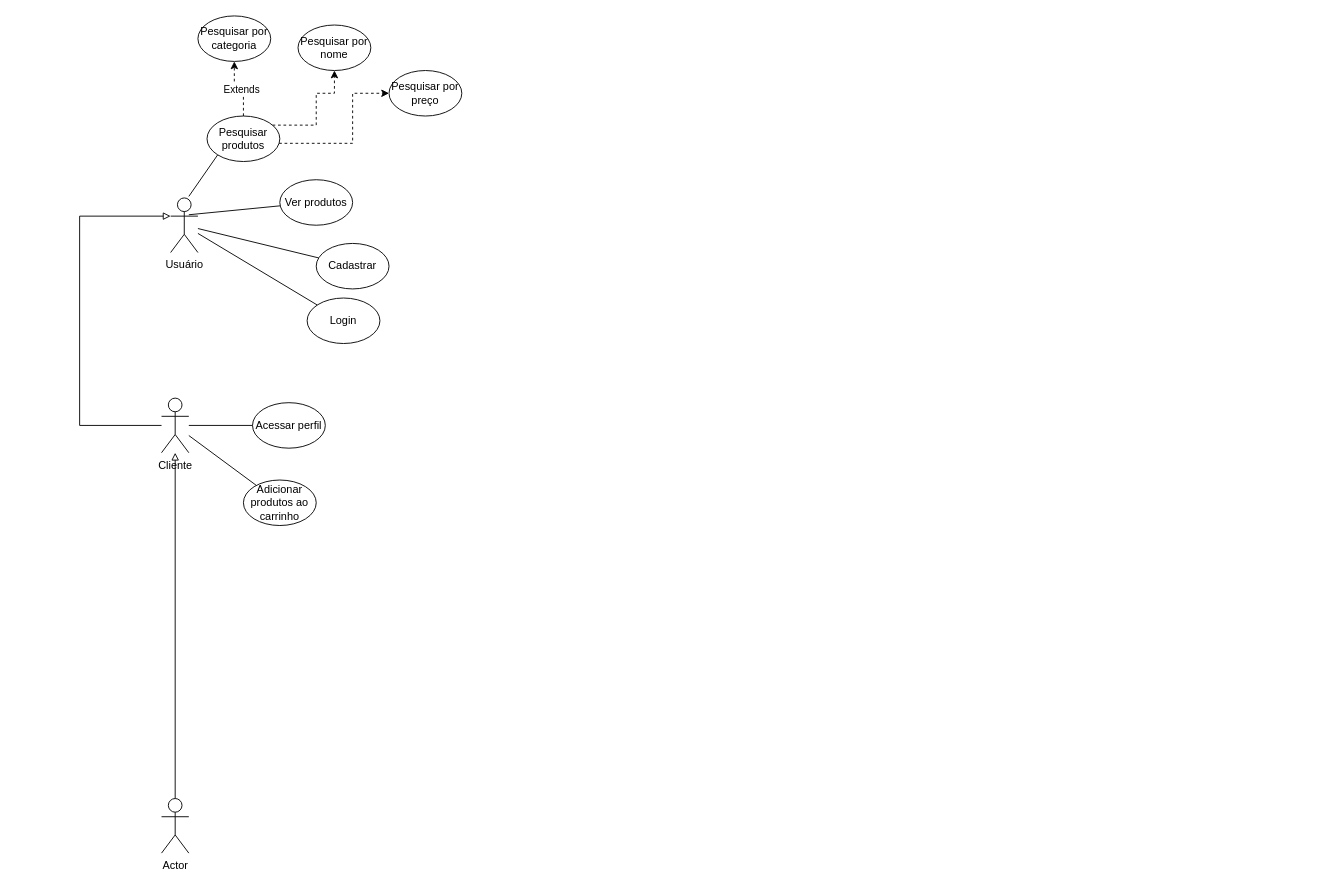
Before: documentacao/CasosDeUso.drawio in godoy-joao/senai-final, a draw.io diagram. Source tidied: cells renumbered, new cells numbered last; positions are measured from the earlier drawing's top-left corner, leaving out a move shared by most shapes. Both pictures are drawn from the tidied source at 91%, with x=0, y=0 at pixel (79, 15).
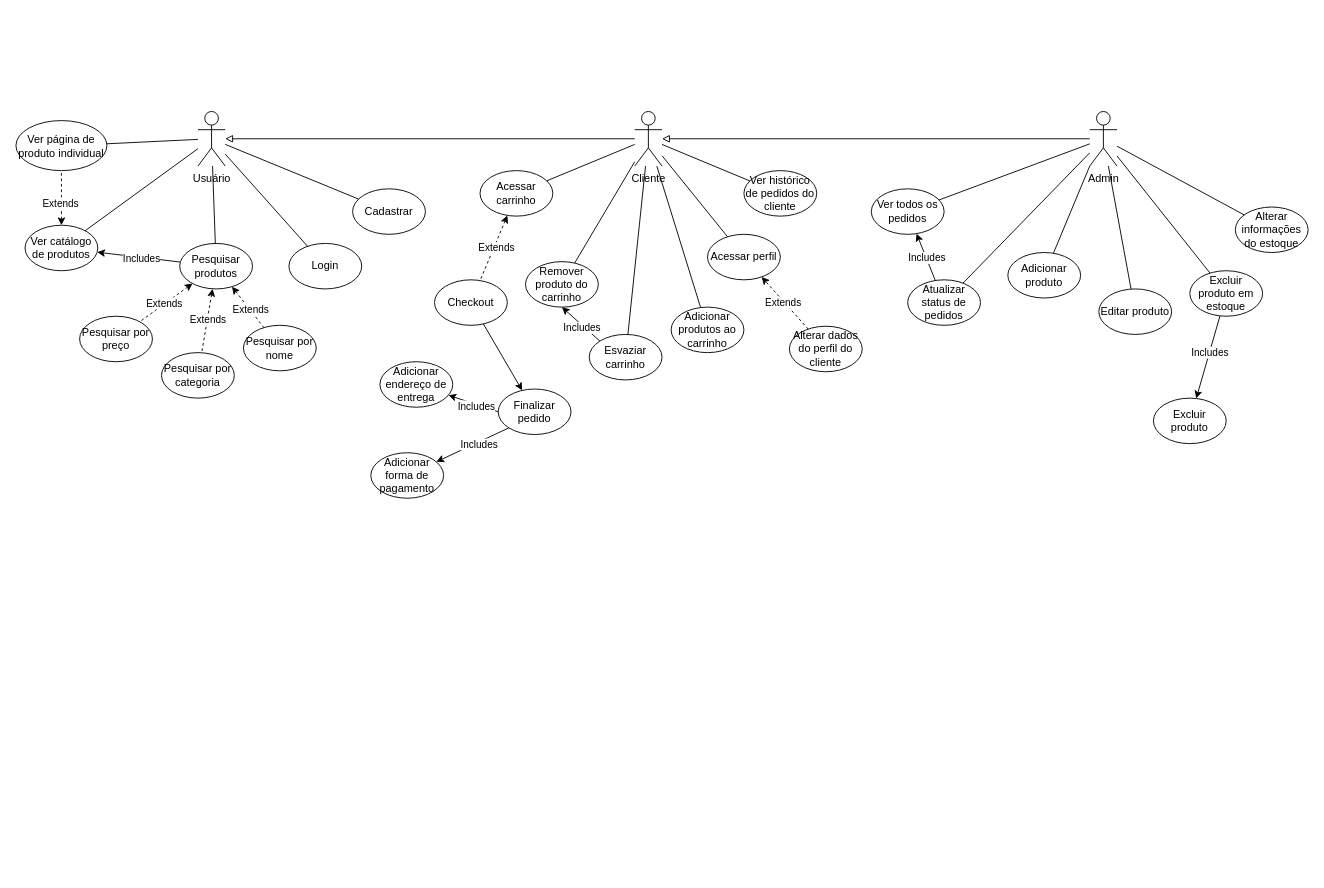
After the change.

Diff of the diagram source:
```diff
@@
+    <mxCell id="26" style="rounded=0;jettySize=auto;html=1;exitX=0.5;exitY=0;exitDx=0;exitDy=0;entryX=0.5;entryY=1;entryDx=0;entryDy=0;endArrow=none;endFill=0;dashed=1;startArrow=classic;startFill=1;" parent="1" edge="1" source="2" target="66">
+      <mxGeometry relative="1" as="geometry" />
+    </mxCell>
+    <mxCell id="27" value="Extends" style="edgeLabel;html=1;align=center;verticalAlign=middle;" parent="26" vertex="1">
+      <mxGeometry x="-0.17" y="2" relative="1" as="geometry" />
+    </mxCell>
-    <mxCell id="2" value="Ver produtos" style="ellipse;whiteSpace=wrap;html=1;" parent="1" vertex="1">
-      <mxGeometry x="220" y="180" width="80" height="50" as="geometry" />
+    <mxCell id="2" value="Ver catálogo de produtos" style="ellipse;whiteSpace=wrap;html=1;" parent="1" vertex="1">
+      <mxGeometry x="-60" y="230" width="80" height="50" as="geometry" />
     </mxCell>
-    <mxCell id="3" style="edgeStyle=orthogonalEdgeStyle;rounded=0;jettySize=auto;html=1;dashed=1;" parent="1" edge="1" source="7" target="13">
+    <mxCell id="3" style="rounded=0;jettySize=auto;html=1;dashed=1;startArrow=classic;startFill=1;endArrow=none;endFill=0;" parent="1" edge="1" source="7" target="13">
       <mxGeometry relative="1" as="geometry" />
     </mxCell>
@@
-    <mxCell id="5" style="edgeStyle=orthogonalEdgeStyle;rounded=0;jettySize=auto;html=1;dashed=1;" parent="1" edge="1" source="7" target="14">
-      <mxGeometry relative="1" as="geometry">
-        <Array as="points">
-          <mxPoint x="260" y="120" />
-          <mxPoint x="260" y="85" />
-          <mxPoint x="280" y="85" />
-        </Array>
-      </mxGeometry>
+    <mxCell id="5" style="rounded=0;jettySize=auto;html=1;dashed=1;startArrow=classic;startFill=1;endArrow=none;endFill=0;" parent="1" edge="1" source="7" target="14">
+      <mxGeometry relative="1" as="geometry" />
     </mxCell>
+    <mxCell id="28" value="Extends" style="edgeLabel;html=1;align=center;verticalAlign=middle;" parent="5" vertex="1">
+      <mxGeometry x="0.11" relative="1" as="geometry" />
+    </mxCell>
-    <mxCell id="6" style="edgeStyle=orthogonalEdgeStyle;rounded=0;jettySize=auto;html=1;dashed=1;" parent="1" edge="1" source="7" target="15">
-      <mxGeometry relative="1" as="geometry">
-        <Array as="points">
-          <mxPoint x="300" y="140" />
-          <mxPoint x="300" y="85" />
-        </Array>
-      </mxGeometry>
+    <mxCell id="6" style="rounded=0;jettySize=auto;html=1;dashed=1;startArrow=classic;startFill=1;endArrow=none;endFill=0;" parent="1" edge="1" source="7" target="15">
+      <mxGeometry relative="1" as="geometry" />
     </mxCell>
+    <mxCell id="29" value="Extends" style="edgeLabel;html=1;align=center;verticalAlign=middle;" parent="6" vertex="1">
+      <mxGeometry x="0.07" y="-1" relative="1" as="geometry" />
+    </mxCell>
+    <mxCell id="30" style="rounded=0;jettySize=auto;html=1;" parent="1" edge="1" source="7" target="2">
+      <mxGeometry relative="1" as="geometry" />
+    </mxCell>
+    <mxCell id="31" value="Includes" style="edgeLabel;html=1;align=center;verticalAlign=middle;" parent="30" vertex="1">
+      <mxGeometry x="-0.06" y="1" relative="1" as="geometry" />
+    </mxCell>
     <mxCell id="7" value="Pesquisar produtos" style="ellipse;whiteSpace=wrap;html=1;" parent="1" vertex="1">
-      <mxGeometry x="140" y="110" width="80" height="50" as="geometry" />
+      <mxGeometry x="110" y="250" width="80" height="50" as="geometry" />
     </mxCell>
     <mxCell id="8" value="Usuário" style="shape=umlActor;verticalLabelPosition=bottom;verticalAlign=top;html=1;outlineConnect=0;" parent="1" vertex="1">
-      <mxGeometry x="100" y="200" width="30" height="60" as="geometry" />
+      <mxGeometry x="130" y="105" width="30" height="60" as="geometry" />
     </mxCell>
-    <mxCell id="9" style="edgeStyle=orthogonalEdgeStyle;rounded=0;jettySize=auto;html=1;endArrow=block;endFill=0;" parent="1" edge="1" source="10" target="8">
-      <mxGeometry relative="1" as="geometry">
-        <Array as="points">
-          <mxPoint y="450" />
-          <mxPoint y="220" />
-        </Array>
-      </mxGeometry>
+    <mxCell id="9" style="rounded=0;jettySize=auto;html=1;endArrow=block;endFill=0;" parent="1" edge="1" source="10" target="8">
+      <mxGeometry relative="1" as="geometry" />
     </mxCell>
     <mxCell id="10" value="Cliente" style="shape=umlActor;verticalLabelPosition=bottom;verticalAlign=top;html=1;outlineConnect=0;" parent="1" vertex="1">
-      <mxGeometry x="90" y="420" width="30" height="60" as="geometry" />
+      <mxGeometry x="610" y="105" width="30" height="60" as="geometry" />
     </mxCell>
-    <mxCell id="11" style="edgeStyle=orthogonalEdgeStyle;rounded=0;jettySize=auto;html=1;exitX=0.5;exitY=0;exitDx=0;exitDy=0;exitPerimeter=0;endArrow=block;endFill=0;" parent="1" edge="1" source="12" target="10">
+    <mxCell id="11" style="rounded=0;jettySize=auto;html=1;endArrow=block;endFill=0;" parent="1" edge="1" source="12" target="10">
       <mxGeometry relative="1" as="geometry" />
     </mxCell>
+    <mxCell id="32" style="rounded=0;jettySize=auto;html=1;endArrow=none;endFill=0;" parent="1" edge="1" source="12" target="52">
+      <mxGeometry relative="1" as="geometry" />
+    </mxCell>
+    <mxCell id="33" style="rounded=0;jettySize=auto;html=1;exitX=0;exitY=1;exitDx=0;exitDy=0;exitPerimeter=0;endArrow=none;endFill=0;" parent="1" edge="1" source="12" target="53">
+      <mxGeometry relative="1" as="geometry" />
+    </mxCell>
+    <mxCell id="34" style="rounded=0;jettySize=auto;html=1;endArrow=none;endFill=0;" parent="1" edge="1" source="12" target="54">
+      <mxGeometry relative="1" as="geometry" />
+    </mxCell>
+    <mxCell id="35" style="rounded=0;jettySize=auto;html=1;endArrow=none;endFill=0;" parent="1" edge="1" source="12" target="59">
+      <mxGeometry relative="1" as="geometry" />
+    </mxCell>
+    <mxCell id="36" style="rounded=0;jettySize=auto;html=1;endArrow=none;endFill=0;" parent="1" edge="1" source="12" target="56">
+      <mxGeometry relative="1" as="geometry" />
+    </mxCell>
-    <mxCell id="12" value="Actor" style="shape=umlActor;verticalLabelPosition=bottom;verticalAlign=top;html=1;outlineConnect=0;" parent="1" vertex="1">
-      <mxGeometry x="90" y="860" width="30" height="60" as="geometry" />
+    <mxCell id="12" value="Admin" style="shape=umlActor;verticalLabelPosition=bottom;verticalAlign=top;html=1;outlineConnect=0;" parent="1" vertex="1">
+      <mxGeometry x="1110" y="105" width="30" height="60" as="geometry" />
     </mxCell>
     <mxCell id="13" value="Pesquisar por categoria" style="ellipse;whiteSpace=wrap;html=1;" parent="1" vertex="1">
-      <mxGeometry x="130" width="80" height="50" as="geometry" />
+      <mxGeometry x="90" y="370" width="80" height="50" as="geometry" />
     </mxCell>
     <mxCell id="14" value="Pesquisar por nome" style="ellipse;whiteSpace=wrap;html=1;" parent="1" vertex="1">
-      <mxGeometry x="240" y="10" width="80" height="50" as="geometry" />
+      <mxGeometry x="180" y="340" width="80" height="50" as="geometry" />
     </mxCell>
     <mxCell id="15" value="Pesquisar por preço" style="ellipse;whiteSpace=wrap;html=1;" parent="1" vertex="1">
-      <mxGeometry x="340" y="60" width="80" height="50" as="geometry" />
+      <mxGeometry y="330" width="80" height="50" as="geometry" />
     </mxCell>
     <mxCell id="16" value="Cadastrar" style="ellipse;whiteSpace=wrap;html=1;" parent="1" vertex="1">
-      <mxGeometry x="260" y="250" width="80" height="50" as="geometry" />
+      <mxGeometry x="300" y="190" width="80" height="50" as="geometry" />
     </mxCell>
     <mxCell id="17" value="Login" style="ellipse;whiteSpace=wrap;html=1;" parent="1" vertex="1">
-      <mxGeometry x="250" y="310" width="80" height="50" as="geometry" />
+      <mxGeometry x="230" y="250" width="80" height="50" as="geometry" />
     </mxCell>
     <mxCell id="18" value="Adicionar produtos ao carrinho" style="ellipse;whiteSpace=wrap;html=1;" parent="1" vertex="1">
-      <mxGeometry x="180" y="510" width="80" height="50" as="geometry" />
+      <mxGeometry x="650" y="320" width="80" height="50" as="geometry" />
     </mxCell>
     <mxCell id="19" value="Acessar perfil" style="ellipse;whiteSpace=wrap;html=1;" parent="1" vertex="1">
-      <mxGeometry x="190" y="425" width="80" height="50" as="geometry" />
+      <mxGeometry x="690" y="240" width="80" height="50" as="geometry" />
     </mxCell>
-    <mxCell id="20" style="endArrow=none;html=1;rounded=0;entryX=0;entryY=1;entryDx=0;entryDy=0;" parent="1" edge="1" target="7">
-      <mxGeometry relative="1" as="geometry">
-        <mxPoint x="120" y="198.3" as="sourcePoint" />
-      </mxGeometry>
+    <mxCell id="20" style="endArrow=none;html=1;rounded=0;" parent="1" edge="1" source="8" target="7">
+      <mxGeometry relative="1" as="geometry" />
     </mxCell>
-    <mxCell id="21" style="endArrow=none;html=1;rounded=0;" parent="1" edge="1" target="2">
-      <mxGeometry relative="1" as="geometry">
-        <mxPoint x="120" y="218.5" as="sourcePoint" />
-      </mxGeometry>
+    <mxCell id="21" style="endArrow=none;html=1;rounded=0;" parent="1" edge="1" source="8" target="2">
+      <mxGeometry relative="1" as="geometry" />
     </mxCell>
@@
+    <mxCell id="37" value="Ver histórico de pedidos do cliente" style="ellipse;whiteSpace=wrap;html=1;shadow=0;" parent="1" vertex="1">
+      <mxGeometry x="730" y="170" width="80" height="50" as="geometry" />
+    </mxCell>
+    <mxCell id="38" style="rounded=0;jettySize=auto;html=1;" parent="1" edge="1" source="39" target="50">
+      <mxGeometry relative="1" as="geometry" />
+    </mxCell>
+    <mxCell id="39" value="Checkout" style="ellipse;whiteSpace=wrap;html=1;shadow=0;" parent="1" vertex="1">
+      <mxGeometry x="390" y="290" width="80" height="50" as="geometry" />
+    </mxCell>
+    <mxCell id="40" style="endArrow=none;html=1;rounded=0;" parent="1" edge="1" source="10" target="43">
+      <mxGeometry relative="1" as="geometry" />
+    </mxCell>
+    <mxCell id="41" style="rounded=0;jettySize=auto;html=1;dashed=1;startArrow=classic;startFill=1;endArrow=none;endFill=0;" parent="1" edge="1" source="43" target="39">
+      <mxGeometry relative="1" as="geometry" />
+    </mxCell>
+    <mxCell id="42" value="Extends" style="edgeLabel;html=1;align=center;verticalAlign=middle;" parent="41" vertex="1">
+      <mxGeometry x="-0.04" y="2" relative="1" as="geometry" />
+    </mxCell>
+    <mxCell id="43" value="Acessar carrinho" style="ellipse;whiteSpace=wrap;html=1;shadow=0;" parent="1" vertex="1">
+      <mxGeometry x="440" y="170" width="80" height="50" as="geometry" />
+    </mxCell>
+    <mxCell id="44" value="Adicionar endereço de entrega" style="ellipse;whiteSpace=wrap;html=1;shadow=0;" parent="1" vertex="1">
+      <mxGeometry x="330" y="380" width="80" height="50" as="geometry" />
+    </mxCell>
+    <mxCell id="45" value="Adicionar forma de pagamento" style="ellipse;whiteSpace=wrap;html=1;shadow=0;" parent="1" vertex="1">
+      <mxGeometry x="320" y="480" width="80" height="50" as="geometry" />
+    </mxCell>
+    <mxCell id="46" style="rounded=0;jettySize=auto;html=1;exitX=0;exitY=0.5;exitDx=0;exitDy=0;" parent="1" edge="1" source="50" target="44">
+      <mxGeometry relative="1" as="geometry" />
+    </mxCell>
+    <mxCell id="47" value="Includes" style="edgeLabel;html=1;align=center;verticalAlign=middle;" parent="46" vertex="1">
+      <mxGeometry x="-0.13" y="1" relative="1" as="geometry" />
+    </mxCell>
+    <mxCell id="48" style="rounded=0;jettySize=auto;html=1;exitX=0;exitY=1;exitDx=0;exitDy=0;" parent="1" edge="1" source="50" target="45">
+      <mxGeometry relative="1" as="geometry" />
+    </mxCell>
+    <mxCell id="49" value="Includes" style="edgeLabel;html=1;align=center;verticalAlign=middle;" parent="48" vertex="1">
+      <mxGeometry x="-0.13" y="2" relative="1" as="geometry" />
+    </mxCell>
+    <mxCell id="50" value="Finalizar pedido" style="ellipse;whiteSpace=wrap;html=1;shadow=0;" parent="1" vertex="1">
+      <mxGeometry x="460" y="410" width="80" height="50" as="geometry" />
+    </mxCell>
+    <mxCell id="51" style="endArrow=none;html=1;rounded=0;" parent="1" edge="1" source="37" target="10">
+      <mxGeometry relative="1" as="geometry" />
+    </mxCell>
+    <mxCell id="52" value="Atualizar status de pedidos" style="ellipse;whiteSpace=wrap;html=1;shadow=0;" parent="1" vertex="1">
+      <mxGeometry x="910" y="290" width="80" height="50" as="geometry" />
+    </mxCell>
+    <mxCell id="53" value="Adicionar produto" style="ellipse;whiteSpace=wrap;html=1;shadow=0;" parent="1" vertex="1">
+      <mxGeometry x="1020" y="260" width="80" height="50" as="geometry" />
+    </mxCell>
+    <mxCell id="54" value="Editar produto" style="ellipse;whiteSpace=wrap;html=1;shadow=0;" parent="1" vertex="1">
+      <mxGeometry x="1120" y="300" width="80" height="50" as="geometry" />
+    </mxCell>
+    <mxCell id="55" value="Excluir produto" style="ellipse;whiteSpace=wrap;html=1;shadow=0;" parent="1" vertex="1">
+      <mxGeometry x="1180" y="420" width="80" height="50" as="geometry" />
+    </mxCell>
+    <mxCell id="56" value="Alterar informações do estoque" style="ellipse;whiteSpace=wrap;html=1;shadow=0;" parent="1" vertex="1">
+      <mxGeometry x="1270" y="210" width="80" height="50" as="geometry" />
+    </mxCell>
+    <mxCell id="57" style="rounded=0;jettySize=auto;html=1;" parent="1" edge="1" source="59" target="55">
+      <mxGeometry relative="1" as="geometry" />
+    </mxCell>
+    <mxCell id="58" value="Includes" style="edgeLabel;html=1;align=center;verticalAlign=middle;" parent="57" vertex="1">
+      <mxGeometry x="-0.11" relative="1" as="geometry" />
+    </mxCell>
+    <mxCell id="59" value="Excluir produto em estoque" style="ellipse;whiteSpace=wrap;html=1;shadow=0;" parent="1" vertex="1">
+      <mxGeometry x="1220" y="280" width="80" height="50" as="geometry" />
+    </mxCell>
+    <mxCell id="60" value="Remover produto do carrinho" style="ellipse;whiteSpace=wrap;html=1;shadow=0;" parent="1" vertex="1">
+      <mxGeometry x="490" y="270" width="80" height="50" as="geometry" />
+    </mxCell>
+    <mxCell id="61" style="rounded=0;jettySize=auto;html=1;exitX=0;exitY=0;exitDx=0;exitDy=0;entryX=0.5;entryY=1;entryDx=0;entryDy=0;" parent="1" edge="1" source="63" target="60">
+      <mxGeometry relative="1" as="geometry" />
+    </mxCell>
+    <mxCell id="62" value="Includes" style="edgeLabel;html=1;align=center;verticalAlign=middle;" parent="61" vertex="1">
+      <mxGeometry x="-0.09" y="2" relative="1" as="geometry" />
+    </mxCell>
+    <mxCell id="63" value="Esvaziar carrinho" style="ellipse;whiteSpace=wrap;html=1;shadow=0;" parent="1" vertex="1">
+      <mxGeometry x="560" y="350" width="80" height="50" as="geometry" />
+    </mxCell>
+    <mxCell id="64" style="endArrow=none;html=1;rounded=0;" parent="1" edge="1" source="63" target="10">
+      <mxGeometry relative="1" as="geometry" />
+    </mxCell>
+    <mxCell id="65" style="endArrow=none;html=1;rounded=0;" parent="1" edge="1" source="60" target="10">
+      <mxGeometry relative="1" as="geometry" />
+    </mxCell>
+    <mxCell id="66" value="Ver página de produto individual" style="ellipse;whiteSpace=wrap;html=1;shadow=0;" parent="1" vertex="1">
+      <mxGeometry x="-70" y="115" width="100" height="55" as="geometry" />
+    </mxCell>
+    <mxCell id="67" style="endArrow=none;html=1;rounded=0;" parent="1" edge="1" source="66" target="8">
+      <mxGeometry relative="1" as="geometry" />
+    </mxCell>
+    <mxCell id="68" value="Ver todos os pedidos" style="ellipse;whiteSpace=wrap;html=1;shadow=0;" parent="1" vertex="1">
+      <mxGeometry x="870" y="190" width="80" height="50" as="geometry" />
+    </mxCell>
+    <mxCell id="69" style="endArrow=none;html=1;rounded=0;" parent="1" edge="1" source="68" target="12">
+      <mxGeometry relative="1" as="geometry" />
+    </mxCell>
+    <mxCell id="70" style="endArrow=classic;html=1;rounded=0;startArrow=none;startFill=0;endFill=1;" parent="1" edge="1" source="52" target="68">
+      <mxGeometry relative="1" as="geometry" />
+    </mxCell>
+    <mxCell id="71" value="Includes" style="edgeLabel;html=1;align=center;verticalAlign=middle;" parent="70" vertex="1">
+      <mxGeometry x="-0.04" relative="1" as="geometry" />
+    </mxCell>
+    <mxCell id="72" value="Alterar dados do perfil do cliente" style="ellipse;whiteSpace=wrap;html=1;shadow=0;" parent="1" vertex="1">
+      <mxGeometry x="780" y="341" width="80" height="50" as="geometry" />
+    </mxCell>
+    <mxCell id="73" style="endArrow=classic;html=1;rounded=0;endFill=1;startArrow=none;startFill=0;dashed=1;" parent="1" edge="1" source="72" target="19">
+      <mxGeometry relative="1" as="geometry" />
+    </mxCell>
+    <mxCell id="74" value="Extends" style="edgeLabel;html=1;align=center;verticalAlign=middle;" parent="73" vertex="1">
+      <mxGeometry x="0.07" y="1" relative="1" as="geometry" />
+    </mxCell>
```
